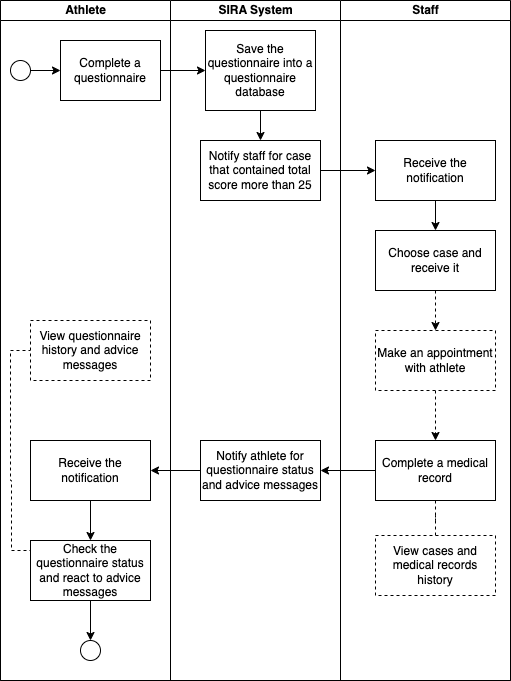
This is Diagram/System Process.png from Punny2001/SeniorProject, a draw.io export, as it was before one commit. Source tidied: cells renumbered, new cells last; positions are measured from the earlier drawing's top-left corner, leaving out a move shared by most shapes.
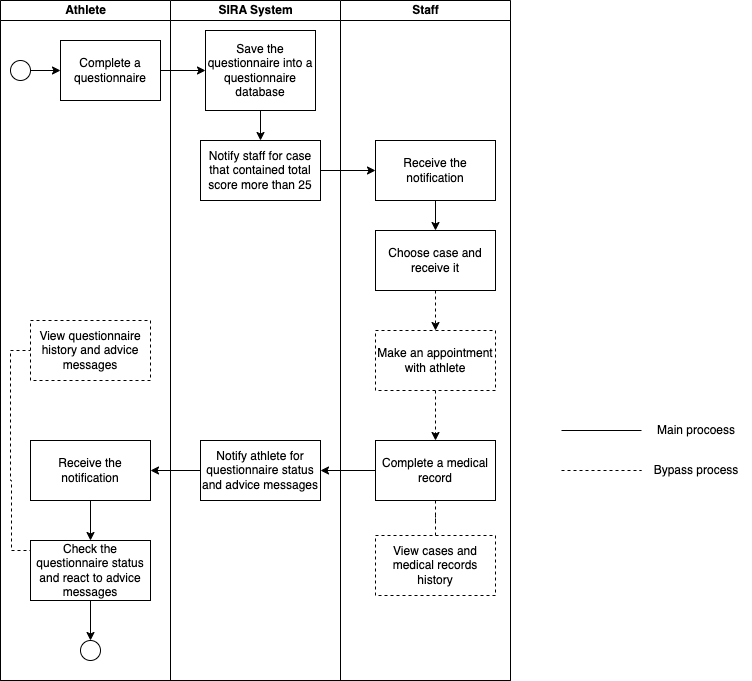
The same file after the commit.

The edit, as a diff of the source:
```diff
@@ -102,5 +102,22 @@
     <mxCell id="32" style="edgeStyle=orthogonalEdgeStyle;rounded=0;jettySize=auto;html=1;" parent="2" edge="1" source="18" target="8">
       <mxGeometry relative="1" as="geometry" />
     </mxCell>
+    <mxCell id="33" style="endArrow=none;dashed=1;html=1;rounded=0;strokeColor=#000000;" parent="1" edge="1">
+      <mxGeometry relative="1" as="geometry">
+        <mxPoint x="561" y="470" as="sourcePoint" />
+        <mxPoint x="641" y="470" as="targetPoint" />
+      </mxGeometry>
+    </mxCell>
+    <mxCell id="34" style="endArrow=none;html=1;rounded=0;" parent="1" edge="1" target="35">
+      <mxGeometry relative="1" as="geometry">
+        <mxPoint x="561" y="430" as="sourcePoint" />
+      </mxGeometry>
+    </mxCell>
+    <mxCell id="35" value="Main procoess" style="text;html=1;strokeColor=none;fillColor=none;align=center;verticalAlign=middle;whiteSpace=wrap;rounded=0;" parent="1" vertex="1">
+      <mxGeometry x="641" y="415" width="110" height="30" as="geometry" />
+    </mxCell>
+    <mxCell id="36" value="Bypass process" style="text;html=1;strokeColor=none;fillColor=none;align=center;verticalAlign=middle;whiteSpace=wrap;rounded=0;" parent="1" vertex="1">
+      <mxGeometry x="641" y="455" width="110" height="30" as="geometry" />
+    </mxCell>
   </root>
 </mxGraphModel>
```
